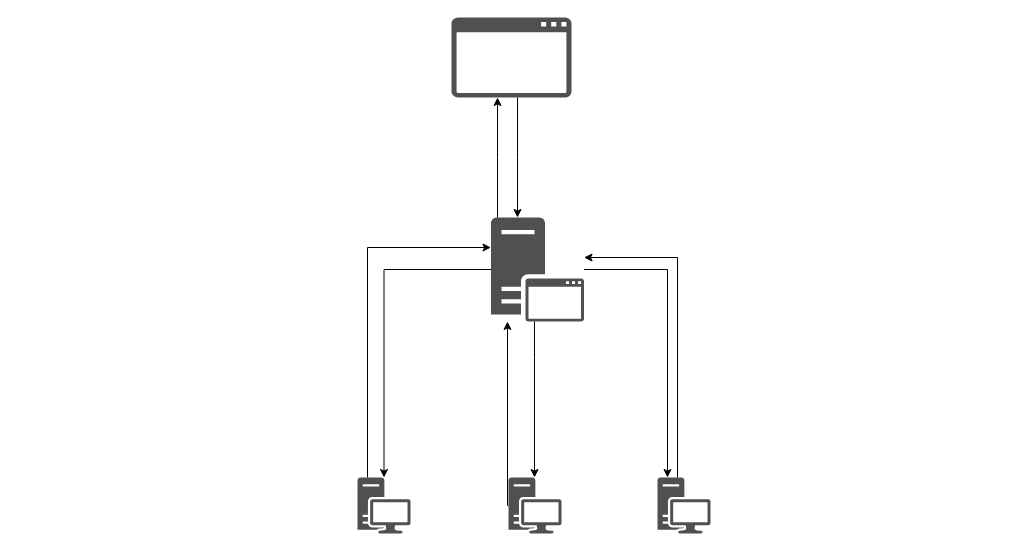
seb999/Checkchunk keeps this draw.io diagram as DiagramArchitecture/API.drawio. Above is the earlier version. Source tidied: cells renumbered, new cells numbered last; positions are measured from the earlier drawing's top-left corner, leaving out a move shared by most shapes. Both pictures are drawn from the tidied source at 100%, with x=0, y=0 at pixel (357, 17).
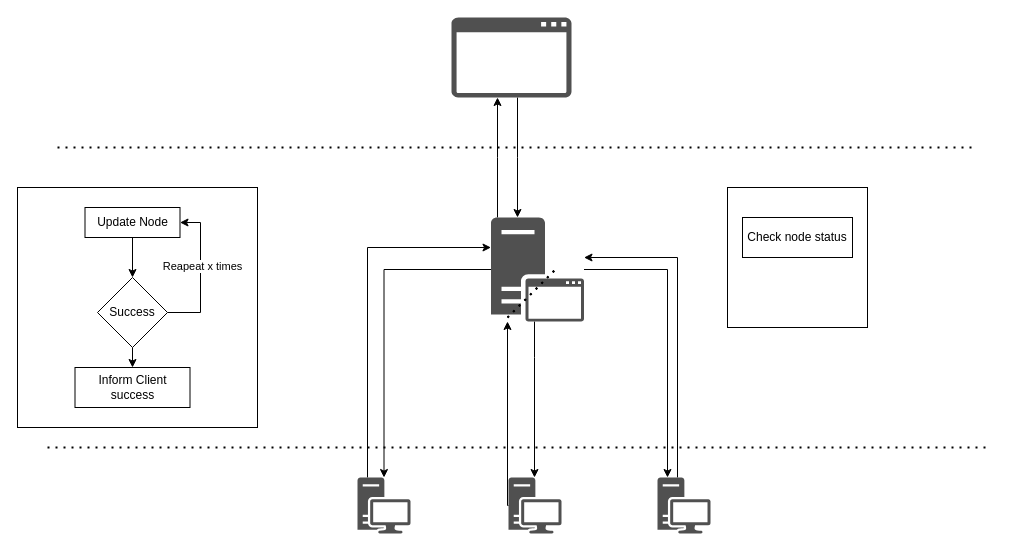
Above is the later version.

Change to the diagram source:
```diff
@@
+    <mxCell id="15" style="whiteSpace=wrap;html=1;" parent="1" vertex="1">
+      <mxGeometry x="-340" y="170" width="240" height="240" as="geometry" />
+    </mxCell>
+    <mxCell id="16" style="edgeStyle=orthogonalEdgeStyle;rounded=0;jettySize=auto;html=1;exitX=0.5;exitY=1;exitDx=0;exitDy=0;entryX=0.5;entryY=0;entryDx=0;entryDy=0;" parent="1" edge="1" source="19" target="22">
+      <mxGeometry relative="1" as="geometry" />
+    </mxCell>
+    <mxCell id="17" style="edgeStyle=orthogonalEdgeStyle;rounded=0;jettySize=auto;html=1;entryX=1;entryY=0.5;entryDx=0;entryDy=0;" parent="1" edge="1" source="19" target="21">
+      <mxGeometry relative="1" as="geometry">
+        <Array as="points">
+          <mxPoint x="-157" y="295" />
+          <mxPoint x="-157" y="205" />
+        </Array>
+      </mxGeometry>
+    </mxCell>
+    <mxCell id="18" value="Reapeat x times" style="edgeLabel;html=1;align=center;verticalAlign=middle;" parent="17" vertex="1">
+      <mxGeometry x="0.12" y="-1" relative="1" as="geometry" />
+    </mxCell>
+    <mxCell id="19" value="Success" style="rhombus;whiteSpace=wrap;html=1;" parent="1" vertex="1">
+      <mxGeometry x="-260" y="260" width="70" height="70" as="geometry" />
+    </mxCell>
+    <mxCell id="20" style="edgeStyle=orthogonalEdgeStyle;rounded=0;jettySize=auto;html=1;exitX=0.5;exitY=1;exitDx=0;exitDy=0;entryX=0.5;entryY=0;entryDx=0;entryDy=0;" parent="1" edge="1" source="21" target="19">
+      <mxGeometry relative="1" as="geometry" />
+    </mxCell>
+    <mxCell id="21" value="Update Node" style="rounded=0;whiteSpace=wrap;html=1;" parent="1" vertex="1">
+      <mxGeometry x="-272.5" y="190" width="95" height="30" as="geometry" />
+    </mxCell>
+    <mxCell id="22" value="Inform Client success" style="rounded=0;whiteSpace=wrap;html=1;" parent="1" vertex="1">
+      <mxGeometry x="-282.5" y="350" width="115" height="40" as="geometry" />
+    </mxCell>
+    <mxCell id="23" style="whiteSpace=wrap;html=1;" parent="1" vertex="1">
+      <mxGeometry x="370" y="170" width="140" height="140" as="geometry" />
+    </mxCell>
+    <mxCell id="24" value="Check node status" style="rounded=0;whiteSpace=wrap;html=1;" parent="1" vertex="1">
+      <mxGeometry x="385" y="200" width="110" height="40" as="geometry" />
+    </mxCell>
+    <mxCell id="25" style="endArrow=none;dashed=1;html=1;dashPattern=1 3;strokeWidth=2;rounded=0;" parent="1" edge="1">
+      <mxGeometry relative="1" as="geometry">
+        <mxPoint x="150" y="300" as="sourcePoint" />
+        <mxPoint x="200" y="250" as="targetPoint" />
+      </mxGeometry>
+    </mxCell>
+    <mxCell id="26" style="endArrow=none;dashed=1;html=1;dashPattern=1 3;strokeWidth=2;rounded=0;" parent="1" edge="1">
+      <mxGeometry relative="1" as="geometry">
+        <mxPoint x="150" y="300" as="sourcePoint" />
+        <mxPoint x="200" y="250" as="targetPoint" />
+      </mxGeometry>
+    </mxCell>
+    <mxCell id="27" style="endArrow=none;dashed=1;html=1;dashPattern=1 3;strokeWidth=2;rounded=0;" parent="1" edge="1">
+      <mxGeometry relative="1" as="geometry">
+        <mxPoint x="-300" y="130" as="sourcePoint" />
+        <mxPoint x="620" y="130" as="targetPoint" />
+      </mxGeometry>
+    </mxCell>
+    <mxCell id="28" style="endArrow=none;dashed=1;html=1;dashPattern=1 3;strokeWidth=2;rounded=0;" parent="1" edge="1">
+      <mxGeometry relative="1" as="geometry">
+        <mxPoint x="-310" y="430" as="sourcePoint" />
+        <mxPoint x="632" y="430" as="targetPoint" />
+      </mxGeometry>
+    </mxCell>
```
